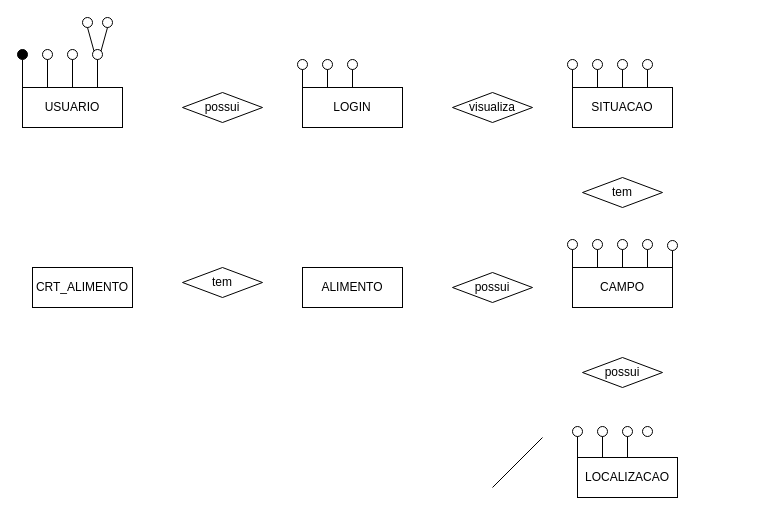
The draw.io diagram Diagrama sem nome.drawio in Thiago163/api_sistema_trienal, before the edit. Source tidied: cells renumbered, new cells numbered last; positions are measured from the earlier drawing's top-left corner, leaving out a move shared by most shapes. Both pictures are drawn from the tidied source at 100%, with x=0, y=0 at pixel (17, 17).
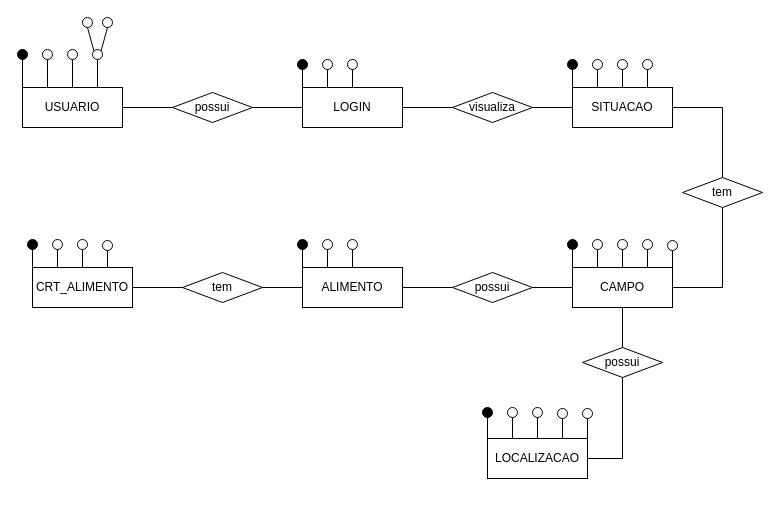
Above is the later version.

The change refers to these unchanged cells:
```xml
<mxCell id="2" value="USUARIO" style="rounded=0;whiteSpace=wrap;html=1;" parent="1" vertex="1">
  <mxGeometry x="5" y="70" width="100" height="40" as="geometry" />
</mxCell>
<mxCell id="3" value="LOGIN" style="rounded=0;whiteSpace=wrap;html=1;" parent="1" vertex="1">
  <mxGeometry x="285" y="70" width="100" height="40" as="geometry" />
</mxCell>
<mxCell id="4" value="CAMPO" style="rounded=0;whiteSpace=wrap;html=1;" parent="1" vertex="1">
  <mxGeometry x="555" y="250" width="100" height="40" as="geometry" />
</mxCell>
<mxCell id="5" value="SITUACAO" style="rounded=0;whiteSpace=wrap;html=1;" parent="1" vertex="1">
  <mxGeometry x="555" y="70" width="100" height="40" as="geometry" />
</mxCell>
<mxCell id="6" value="ALIMENTO" style="rounded=0;whiteSpace=wrap;html=1;" parent="1" vertex="1">
  <mxGeometry x="285" y="250" width="100" height="40" as="geometry" />
</mxCell>
<mxCell id="7" value="CRT_ALIMENTO" style="rounded=0;whiteSpace=wrap;html=1;" parent="1" vertex="1">
  <mxGeometry x="15" y="250" width="100" height="40" as="geometry" />
</mxCell>
<mxCell id="10" value="visualiza" style="rhombus;whiteSpace=wrap;html=1;" parent="1" vertex="1">
  <mxGeometry x="435" y="75" width="80" height="30" as="geometry" />
</mxCell>
<mxCell id="13" value="possui" style="rhombus;whiteSpace=wrap;html=1;" parent="1" vertex="1">
  <mxGeometry x="435" y="255" width="80" height="30" as="geometry" />
</mxCell>
```

Diff of the diagram source:
```diff
@@
     <mxCell id="8" value="LOCALIZACAO" style="rounded=0;whiteSpace=wrap;html=1;" parent="1" vertex="1">
-      <mxGeometry x="560" y="440" width="100" height="40" as="geometry" />
+      <mxGeometry x="470" y="421" width="100" height="40" as="geometry" />
     </mxCell>
     <mxCell id="9" value="possui" style="rhombus;whiteSpace=wrap;html=1;" parent="1" vertex="1">
-      <mxGeometry x="165" y="75" width="80" height="30" as="geometry" />
+      <mxGeometry x="155" y="75" width="80" height="30" as="geometry" />
     </mxCell>
@@
     <mxCell id="11" value="tem" style="rhombus;whiteSpace=wrap;html=1;" parent="1" vertex="1">
-      <mxGeometry x="565" y="160" width="80" height="30" as="geometry" />
+      <mxGeometry x="665" y="160" width="80" height="30" as="geometry" />
     </mxCell>
     <mxCell id="12" value="possui" style="rhombus;whiteSpace=wrap;html=1;" parent="1" vertex="1">
-      <mxGeometry x="565" y="340" width="80" height="30" as="geometry" />
+      <mxGeometry x="565" y="330" width="80" height="30" as="geometry" />
     </mxCell>
@@
     <mxCell id="14" value="tem" style="rhombus;whiteSpace=wrap;html=1;" parent="1" vertex="1">
-      <mxGeometry x="165" y="250" width="80" height="30" as="geometry" />
+      <mxGeometry x="165" y="255" width="80" height="30" as="geometry" />
     </mxCell>
@@
-    <mxCell id="27" style="ellipse;whiteSpace=wrap;html=1;" parent="1" vertex="1">
+    <mxCell id="27" style="ellipse;whiteSpace=wrap;html=1;fillColor=#000000;" parent="1" vertex="1">
       <mxGeometry x="280" y="42" width="10" height="10" as="geometry" />
     </mxCell>
@@
-    <mxCell id="33" style="ellipse;whiteSpace=wrap;html=1;" parent="1" vertex="1">
+    <mxCell id="33" style="ellipse;whiteSpace=wrap;html=1;fillColor=#000000;" parent="1" vertex="1">
       <mxGeometry x="550" y="42" width="10" height="10" as="geometry" />
     </mxCell>
@@
-    <mxCell id="41" style="ellipse;whiteSpace=wrap;html=1;" parent="1" vertex="1">
+    <mxCell id="41" style="ellipse;whiteSpace=wrap;html=1;fillColor=#000000;" parent="1" vertex="1">
       <mxGeometry x="550" y="222" width="10" height="10" as="geometry" />
     </mxCell>
@@
-    <mxCell id="51" style="ellipse;whiteSpace=wrap;html=1;" parent="1" vertex="1">
-      <mxGeometry x="555" y="409" width="10" height="10" as="geometry" />
+    <mxCell id="51" style="ellipse;whiteSpace=wrap;html=1;fillColor=#000000;" parent="1" vertex="1">
+      <mxGeometry x="465" y="390" width="10" height="10" as="geometry" />
     </mxCell>
@@
     <mxCell id="53" style="ellipse;whiteSpace=wrap;html=1;" parent="1" vertex="1">
-      <mxGeometry x="580" y="409" width="10" height="10" as="geometry" />
+      <mxGeometry x="490" y="390" width="10" height="10" as="geometry" />
     </mxCell>
@@
     <mxCell id="55" style="ellipse;whiteSpace=wrap;html=1;" parent="1" vertex="1">
-      <mxGeometry x="605" y="409" width="10" height="10" as="geometry" />
+      <mxGeometry x="515" y="390" width="10" height="10" as="geometry" />
     </mxCell>
@@
     <mxCell id="57" style="ellipse;whiteSpace=wrap;html=1;" parent="1" vertex="1">
-      <mxGeometry x="625" y="409" width="10" height="10" as="geometry" />
+      <mxGeometry x="540" y="391" width="10" height="10" as="geometry" />
     </mxCell>
-    <mxCell id="58" style="endArrow=none;html=1;rounded=0;" parent="1" edge="1">
-      <mxGeometry relative="1" as="geometry">
-        <mxPoint x="475" y="470" as="sourcePoint" />
-        <mxPoint x="525" y="420" as="targetPoint" />
-      </mxGeometry>
+    <mxCell id="58" style="endArrow=none;html=1;rounded=0;entryX=0.5;entryY=1;entryDx=0;entryDy=0;exitX=0.75;exitY=0;exitDx=0;exitDy=0;" parent="1" edge="1" source="8" target="57">
+      <mxGeometry relative="1" as="geometry" />
     </mxCell>
+    <mxCell id="59" style="ellipse;whiteSpace=wrap;html=1;" parent="1" vertex="1">
+      <mxGeometry x="565" y="391" width="10" height="10" as="geometry" />
+    </mxCell>
+    <mxCell id="60" style="endArrow=none;html=1;rounded=0;entryX=0.5;entryY=1;entryDx=0;entryDy=0;exitX=1;exitY=0;exitDx=0;exitDy=0;" parent="1" edge="1" source="8" target="59">
+      <mxGeometry relative="1" as="geometry" />
+    </mxCell>
+    <mxCell id="61" style="ellipse;whiteSpace=wrap;html=1;fillColor=#030303;" parent="1" vertex="1">
+      <mxGeometry x="280" y="222" width="10" height="10" as="geometry" />
+    </mxCell>
+    <mxCell id="62" style="endArrow=none;html=1;rounded=0;entryX=0.5;entryY=1;entryDx=0;entryDy=0;exitX=0;exitY=0;exitDx=0;exitDy=0;" parent="1" edge="1" source="6" target="61">
+      <mxGeometry relative="1" as="geometry" />
+    </mxCell>
+    <mxCell id="63" style="ellipse;whiteSpace=wrap;html=1;" parent="1" vertex="1">
+      <mxGeometry x="305" y="222" width="10" height="10" as="geometry" />
+    </mxCell>
+    <mxCell id="64" style="endArrow=none;html=1;rounded=0;entryX=0.5;entryY=1;entryDx=0;entryDy=0;exitX=0.25;exitY=0;exitDx=0;exitDy=0;" parent="1" edge="1" source="6" target="63">
+      <mxGeometry relative="1" as="geometry" />
+    </mxCell>
+    <mxCell id="65" style="ellipse;whiteSpace=wrap;html=1;" parent="1" vertex="1">
+      <mxGeometry x="330" y="222" width="10" height="10" as="geometry" />
+    </mxCell>
+    <mxCell id="66" style="endArrow=none;html=1;rounded=0;entryX=0.5;entryY=1;entryDx=0;entryDy=0;exitX=0.5;exitY=0;exitDx=0;exitDy=0;" parent="1" edge="1" source="6" target="65">
+      <mxGeometry relative="1" as="geometry" />
+    </mxCell>
+    <mxCell id="67" style="ellipse;whiteSpace=wrap;html=1;fillColor=#000000;" parent="1" vertex="1">
+      <mxGeometry x="10" y="222" width="10" height="10" as="geometry" />
+    </mxCell>
+    <mxCell id="68" style="endArrow=none;html=1;rounded=0;entryX=0.5;entryY=1;entryDx=0;entryDy=0;exitX=0;exitY=0;exitDx=0;exitDy=0;" parent="1" edge="1" source="7" target="67">
+      <mxGeometry relative="1" as="geometry" />
+    </mxCell>
+    <mxCell id="69" style="ellipse;whiteSpace=wrap;html=1;" parent="1" vertex="1">
+      <mxGeometry x="35" y="222" width="10" height="10" as="geometry" />
+    </mxCell>
+    <mxCell id="70" style="endArrow=none;html=1;rounded=0;entryX=0.5;entryY=1;entryDx=0;entryDy=0;exitX=0.25;exitY=0;exitDx=0;exitDy=0;" parent="1" edge="1" source="7" target="69">
+      <mxGeometry relative="1" as="geometry" />
+    </mxCell>
+    <mxCell id="71" style="ellipse;whiteSpace=wrap;html=1;" parent="1" vertex="1">
+      <mxGeometry x="60" y="222" width="10" height="10" as="geometry" />
+    </mxCell>
+    <mxCell id="72" style="endArrow=none;html=1;rounded=0;entryX=0.5;entryY=1;entryDx=0;entryDy=0;exitX=0.5;exitY=0;exitDx=0;exitDy=0;" parent="1" edge="1" source="7" target="71">
+      <mxGeometry relative="1" as="geometry" />
+    </mxCell>
+    <mxCell id="73" style="ellipse;whiteSpace=wrap;html=1;" parent="1" vertex="1">
+      <mxGeometry x="85" y="223" width="10" height="10" as="geometry" />
+    </mxCell>
+    <mxCell id="74" style="endArrow=none;html=1;rounded=0;entryX=0.5;entryY=1;entryDx=0;entryDy=0;exitX=0.75;exitY=0;exitDx=0;exitDy=0;" parent="1" edge="1" source="7" target="73">
+      <mxGeometry relative="1" as="geometry" />
+    </mxCell>
+    <mxCell id="75" style="endArrow=none;html=1;rounded=0;exitX=1;exitY=0.5;exitDx=0;exitDy=0;exitPerimeter=0;entryX=0;entryY=0.5;entryDx=0;entryDy=0;" parent="1" edge="1" source="2" target="9">
+      <mxGeometry relative="1" as="geometry" />
+    </mxCell>
+    <mxCell id="76" style="endArrow=none;html=1;rounded=0;exitX=1;exitY=0.5;exitDx=0;exitDy=0;entryX=0;entryY=0.5;entryDx=0;entryDy=0;" parent="1" edge="1" source="9" target="3">
+      <mxGeometry relative="1" as="geometry" />
+    </mxCell>
+    <mxCell id="77" style="endArrow=none;html=1;rounded=0;exitX=1;exitY=0.5;exitDx=0;exitDy=0;entryX=0;entryY=0.5;entryDx=0;entryDy=0;" parent="1" edge="1" source="3" target="10">
+      <mxGeometry relative="1" as="geometry" />
+    </mxCell>
+    <mxCell id="78" style="endArrow=none;html=1;rounded=0;exitX=1;exitY=0.5;exitDx=0;exitDy=0;entryX=0;entryY=0.5;entryDx=0;entryDy=0;" parent="1" edge="1" source="10" target="5">
+      <mxGeometry relative="1" as="geometry" />
+    </mxCell>
+    <mxCell id="79" style="endArrow=none;html=1;rounded=0;exitX=0.5;exitY=0;exitDx=0;exitDy=0;entryX=1;entryY=0.5;entryDx=0;entryDy=0;" parent="1" edge="1" source="11" target="5">
+      <mxGeometry relative="1" as="geometry">
+        <Array as="points">
+          <mxPoint x="705" y="90" />
+        </Array>
+      </mxGeometry>
+    </mxCell>
+    <mxCell id="80" style="endArrow=none;html=1;rounded=0;exitX=1;exitY=0.5;exitDx=0;exitDy=0;entryX=0.5;entryY=1;entryDx=0;entryDy=0;" parent="1" edge="1" source="4" target="11">
+      <mxGeometry relative="1" as="geometry">
+        <Array as="points">
+          <mxPoint x="705" y="270" />
+        </Array>
+      </mxGeometry>
+    </mxCell>
+    <mxCell id="81" style="endArrow=none;html=1;rounded=0;entryX=0.5;entryY=1;entryDx=0;entryDy=0;exitX=0.5;exitY=0;exitDx=0;exitDy=0;" parent="1" edge="1" source="12" target="4">
+      <mxGeometry relative="1" as="geometry" />
+    </mxCell>
+    <mxCell id="82" style="endArrow=none;html=1;rounded=0;entryX=0.5;entryY=1;entryDx=0;entryDy=0;exitX=1;exitY=0.5;exitDx=0;exitDy=0;" parent="1" edge="1" source="8" target="12">
+      <mxGeometry relative="1" as="geometry">
+        <Array as="points">
+          <mxPoint x="605" y="441" />
+        </Array>
+      </mxGeometry>
+    </mxCell>
+    <mxCell id="83" style="endArrow=none;html=1;rounded=0;entryX=0;entryY=0.5;entryDx=0;entryDy=0;exitX=1;exitY=0.5;exitDx=0;exitDy=0;" parent="1" edge="1" source="13" target="4">
+      <mxGeometry relative="1" as="geometry" />
+    </mxCell>
+    <mxCell id="84" style="endArrow=none;html=1;rounded=0;entryX=0;entryY=0.5;entryDx=0;entryDy=0;exitX=1;exitY=0.5;exitDx=0;exitDy=0;" parent="1" edge="1" source="6" target="13">
+      <mxGeometry relative="1" as="geometry" />
+    </mxCell>
+    <mxCell id="85" style="endArrow=none;html=1;rounded=0;entryX=0;entryY=0.5;entryDx=0;entryDy=0;exitX=1;exitY=0.5;exitDx=0;exitDy=0;" parent="1" edge="1" source="14" target="6">
+      <mxGeometry relative="1" as="geometry" />
+    </mxCell>
+    <mxCell id="86" style="endArrow=none;html=1;rounded=0;entryX=0;entryY=0.5;entryDx=0;entryDy=0;exitX=1;exitY=0.5;exitDx=0;exitDy=0;" parent="1" edge="1" source="7" target="14">
+      <mxGeometry relative="1" as="geometry" />
+    </mxCell>
```
